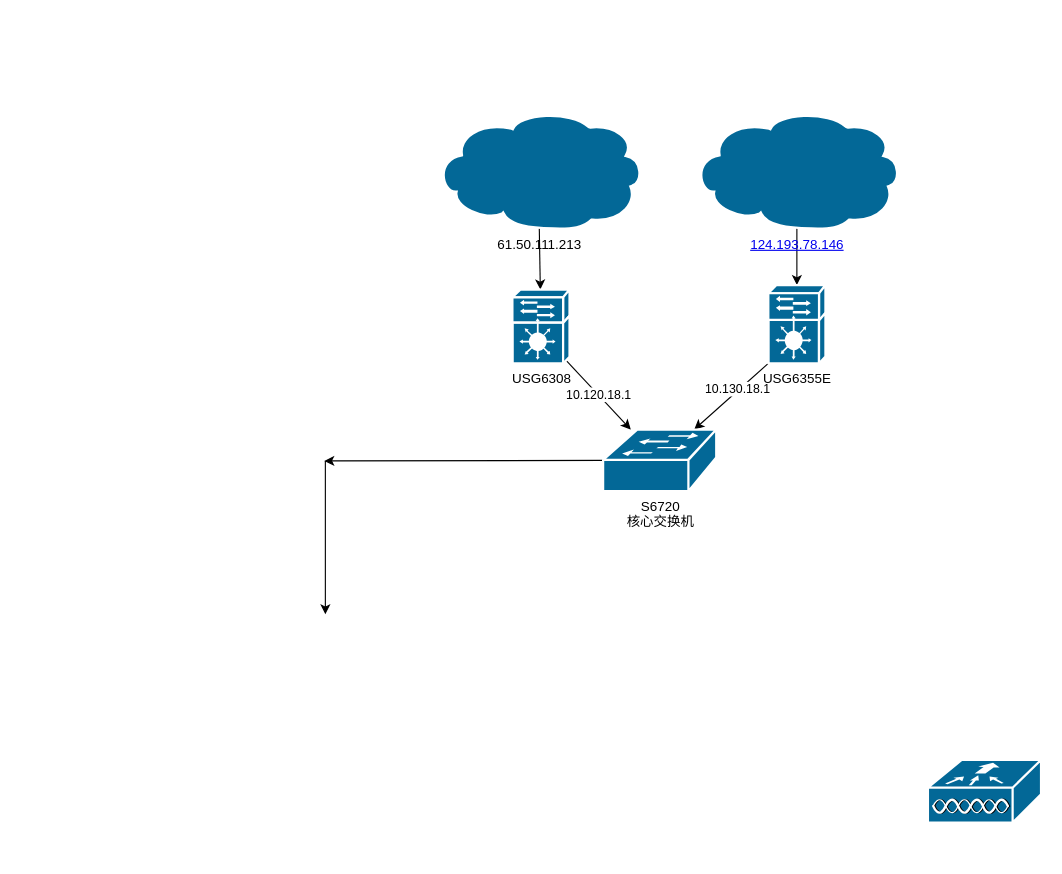
yangzhi880729/test keeps this draw.io diagram as 未命名绘图.drawio. Above is the earlier version. Source tidied: cells renumbered, new cells numbered last; positions are measured from the earlier drawing's top-left corner, leaving out a move shared by most shapes. Both pictures are drawn from the tidied source at 112%, with x=0, y=0 at pixel (324, 110).
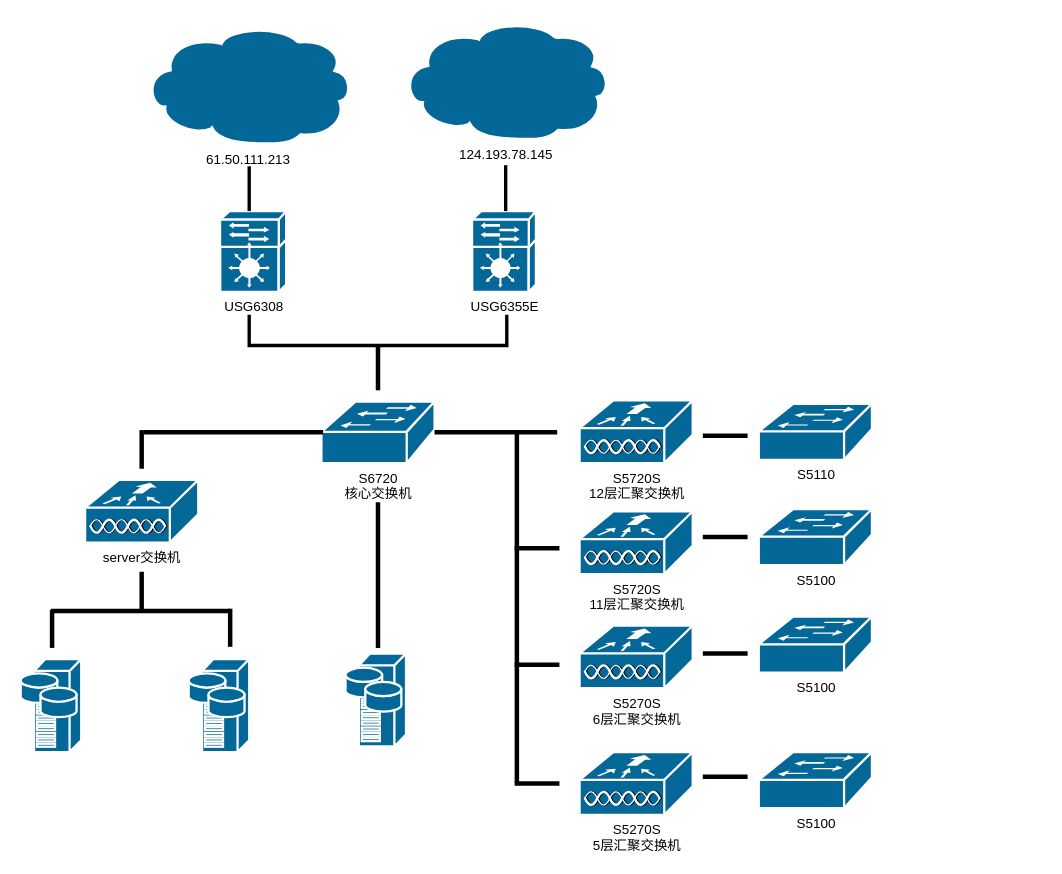
After the change.

Commit message (it also covers changes not shown here):
更新未命名绘图.drawio

The edit, as a diff of the source:
```diff
@@
-    <mxCell id="2" style="edgeStyle=none;rounded=0;jettySize=auto;html=1;exitX=0.5;exitY=0.99;exitDx=0;exitDy=0;exitPerimeter=0;" parent="1" edge="1" source="3" target="7">
-      <mxGeometry relative="1" as="geometry" />
-    </mxCell>
     <mxCell id="3" value="61.50.111.213" style="shape=mxgraph.cisco.storage.cloud;html=1;dashed=0;fillColor=#036897;strokeColor=#ffffff;strokeWidth=2;verticalLabelPosition=bottom;verticalAlign=top;align=center;outlineConnect=0;" parent="1" vertex="1">
-      <mxGeometry x="99" width="186" height="106" as="geometry" />
+      <mxGeometry x="-161" y="-76" width="186" height="106" as="geometry" />
     </mxCell>
-    <mxCell id="4" style="edgeStyle=none;rounded=0;jettySize=auto;html=1;exitX=0.5;exitY=0.99;exitDx=0;exitDy=0;exitPerimeter=0;" parent="1" edge="1" source="5" target="10">
-      <mxGeometry relative="1" as="geometry" />
-    </mxCell>
-    <mxCell id="5" value="&lt;a href=&quot;https://124.193.78.146/&quot;&gt;124.193.78.146&lt;/a&gt;" style="shape=mxgraph.cisco.storage.cloud;html=1;dashed=0;fillColor=#036897;strokeColor=#ffffff;strokeWidth=2;verticalLabelPosition=bottom;verticalAlign=top;align=center;outlineConnect=0;" parent="1" vertex="1">
-      <mxGeometry x="329" width="186" height="106" as="geometry" />
+    <mxCell id="5" value="124.193.78.145" style="shape=mxgraph.cisco.storage.cloud;html=1;dashed=0;fillColor=#036897;strokeColor=#ffffff;strokeWidth=2;verticalLabelPosition=bottom;verticalAlign=top;align=center;outlineConnect=0;" parent="1" vertex="1">
+      <mxGeometry x="69" y="-80" width="186" height="106" as="geometry" />
     </mxCell>
-    <mxCell id="6" value="10.120.18.1" style="edgeStyle=none;rounded=0;jettySize=auto;html=1;exitX=0.94;exitY=0.96;exitDx=0;exitDy=0;exitPerimeter=0;" parent="1" edge="1" source="7" target="13">
-      <mxGeometry relative="1" as="geometry" />
-    </mxCell>
     <mxCell id="7" value="USG6308&lt;br&gt;" style="shape=mxgraph.cisco.controllers_and_modules.service_module;html=1;dashed=0;fillColor=#036897;strokeColor=#ffffff;strokeWidth=2;verticalLabelPosition=bottom;verticalAlign=top;align=center;outlineConnect=0;" parent="1" vertex="1">
-      <mxGeometry x="168" y="160" width="51" height="66" as="geometry" />
+      <mxGeometry x="-93" y="90" width="59" height="72" as="geometry" />
     </mxCell>
-    <mxCell id="8" style="edgeStyle=none;rounded=0;jettySize=auto;html=1;exitX=0;exitY=1;exitDx=0;exitDy=0;exitPerimeter=0;" parent="1" edge="1" source="10" target="13">
-      <mxGeometry relative="1" as="geometry" />
-    </mxCell>
-    <mxCell id="9" value="10.130.18.1" style="edgeLabel;html=1;align=center;verticalAlign=middle;" parent="8" vertex="1">
-      <mxGeometry x="-0.2" y="-1" relative="1" as="geometry">
-        <mxPoint x="-1" as="offset" />
-      </mxGeometry>
-    </mxCell>
     <mxCell id="10" value="USG6355E" style="shape=mxgraph.cisco.controllers_and_modules.service_module;html=1;dashed=0;fillColor=#036897;strokeColor=#ffffff;strokeWidth=2;verticalLabelPosition=bottom;verticalAlign=top;align=center;outlineConnect=0;" parent="1" vertex="1">
-      <mxGeometry x="396.5" y="156" width="51" height="70" as="geometry" />
+      <mxGeometry x="132" y="90" width="57" height="72" as="geometry" />
     </mxCell>
-    <mxCell id="11" style="edgeStyle=none;rounded=0;orthogonalLoop=1;jettySize=auto;html=1;" parent="1" edge="1">
-      <mxGeometry relative="1" as="geometry">
-        <mxPoint x="1" y="313" as="sourcePoint" />
-        <mxPoint x="1" y="450" as="targetPoint" />
-      </mxGeometry>
-    </mxCell>
-    <mxCell id="12" style="edgeStyle=none;rounded=0;jettySize=auto;html=1;" parent="1" edge="1" source="13">
-      <mxGeometry relative="1" as="geometry">
-        <mxPoint y="313" as="targetPoint" />
-      </mxGeometry>
-    </mxCell>
     <mxCell id="13" value="S6720&lt;br&gt;核心交换机" style="shape=mxgraph.cisco.switches.workgroup_switch;html=1;dashed=0;fillColor=#036897;strokeColor=#ffffff;strokeWidth=2;verticalLabelPosition=bottom;verticalAlign=top;align=center;outlineConnect=0;" parent="1" vertex="1">
-      <mxGeometry x="249" y="285" width="101" height="55" as="geometry" />
+      <mxGeometry x="-2.5" y="260" width="101" height="55" as="geometry" />
     </mxCell>
-    <mxCell id="14" style="shape=mxgraph.cisco.wireless.wlan_controller;html=1;dashed=0;fillColor=#036897;strokeColor=#ffffff;strokeWidth=2;verticalLabelPosition=bottom;verticalAlign=top;align=center;" parent="1" vertex="1">
-      <mxGeometry x="539" y="580" width="101" height="56" as="geometry" />
+    <mxCell id="14" value="S5720S&lt;br&gt;12层汇聚交换机" style="shape=mxgraph.cisco.wireless.wlan_controller;html=1;dashed=0;fillColor=#036897;strokeColor=#ffffff;strokeWidth=2;verticalLabelPosition=bottom;verticalAlign=top;align=center;" parent="1" vertex="1">
+      <mxGeometry x="228" y="259" width="101" height="56" as="geometry" />
     </mxCell>
+    <mxCell id="15" style="shape=partialRectangle;whiteSpace=wrap;html=1;bottom=1;right=1;left=1;top=0;fillColor=none;routingCenterX=-0.5;strokeWidth=3;" parent="1" vertex="1">
+      <mxGeometry x="-67" y="184" width="230" height="26" as="geometry" />
+    </mxCell>
+    <mxCell id="16" style="line;strokeWidth=3;direction=south;html=1;" parent="1" vertex="1">
+      <mxGeometry x="-72" y="50" width="10" height="40" as="geometry" />
+    </mxCell>
+    <mxCell id="17" style="line;strokeWidth=3;direction=south;html=1;" parent="1" vertex="1">
+      <mxGeometry x="157" y="49" width="10" height="41" as="geometry" />
+    </mxCell>
+    <mxCell id="18" style="line;strokeWidth=4;direction=south;html=1;perimeter=backbonePerimeter;" parent="1" vertex="1">
+      <mxGeometry x="43" y="210" width="10" height="40" as="geometry" />
+    </mxCell>
+    <mxCell id="19" style="line;strokeWidth=4;html=1;perimeter=backbonePerimeter;" parent="1" vertex="1">
+      <mxGeometry x="-161" y="282.5" width="160" height="10" as="geometry" />
+    </mxCell>
+    <mxCell id="20" style="line;strokeWidth=4;direction=south;html=1;perimeter=backbonePerimeter;" parent="1" vertex="1">
+      <mxGeometry x="-168" y="285.5" width="10" height="34.5" as="geometry" />
+    </mxCell>
+    <mxCell id="21" style="line;strokeWidth=4;html=1;perimeter=backbonePerimeter;" parent="1" vertex="1">
+      <mxGeometry x="-244" y="442" width="160" height="10" as="geometry" />
+    </mxCell>
+    <mxCell id="22" style="line;strokeWidth=4;direction=south;html=1;perimeter=backbonePerimeter;" parent="1" vertex="1">
+      <mxGeometry x="-168" y="412" width="10" height="36" as="geometry" />
+    </mxCell>
+    <mxCell id="23" value="server交换机" style="shape=mxgraph.cisco.wireless.wlan_controller;html=1;dashed=0;fillColor=#036897;strokeColor=#ffffff;strokeWidth=2;verticalLabelPosition=bottom;verticalAlign=top;align=center;" parent="1" vertex="1">
+      <mxGeometry x="-213.5" y="330" width="101" height="56" as="geometry" />
+    </mxCell>
+    <mxCell id="24" value="S5720S&lt;br&gt;11层汇聚交换机" style="shape=mxgraph.cisco.wireless.wlan_controller;html=1;dashed=0;fillColor=#036897;strokeColor=#ffffff;strokeWidth=2;verticalLabelPosition=bottom;verticalAlign=top;align=center;" parent="1" vertex="1">
+      <mxGeometry x="228" y="358" width="101" height="56" as="geometry" />
+    </mxCell>
+    <mxCell id="25" style="shape=mxgraph.cisco.servers.storage_server;html=1;dashed=0;fillColor=#036897;strokeColor=#ffffff;strokeWidth=2;verticalLabelPosition=bottom;verticalAlign=top;align=center;" parent="1" vertex="1">
+      <mxGeometry x="-271" y="490" width="54" height="83" as="geometry" />
+    </mxCell>
+    <mxCell id="26" style="shape=mxgraph.cisco.servers.storage_server;html=1;dashed=0;fillColor=#036897;strokeColor=#ffffff;strokeWidth=2;verticalLabelPosition=bottom;verticalAlign=top;align=center;" parent="1" vertex="1">
+      <mxGeometry x="-121" y="490" width="54" height="83" as="geometry" />
+    </mxCell>
+    <mxCell id="27" style="line;strokeWidth=4;direction=south;html=1;perimeter=backbonePerimeter;" parent="1" vertex="1">
+      <mxGeometry x="-248" y="446" width="10" height="34" as="geometry" />
+    </mxCell>
+    <mxCell id="28" style="line;strokeWidth=4;direction=south;html=1;perimeter=backbonePerimeter;" parent="1" vertex="1">
+      <mxGeometry x="-89" y="445" width="10" height="34" as="geometry" />
+    </mxCell>
+    <mxCell id="29" style="shape=mxgraph.cisco.servers.storage_server;html=1;dashed=0;fillColor=#036897;strokeColor=#ffffff;strokeWidth=2;verticalLabelPosition=bottom;verticalAlign=top;align=center;" parent="1" vertex="1">
+      <mxGeometry x="19" y="485" width="54" height="83" as="geometry" />
+    </mxCell>
+    <mxCell id="30" style="line;strokeWidth=4;direction=south;html=1;perimeter=backbonePerimeter;" parent="1" vertex="1">
+      <mxGeometry x="43" y="350" width="10" height="130" as="geometry" />
+    </mxCell>
+    <mxCell id="31" value="S5270S&lt;br&gt;6层汇聚交换机" style="shape=mxgraph.cisco.wireless.wlan_controller;html=1;dashed=0;fillColor=#036897;strokeColor=#ffffff;strokeWidth=2;verticalLabelPosition=bottom;verticalAlign=top;align=center;" parent="1" vertex="1">
+      <mxGeometry x="228" y="460" width="101" height="56" as="geometry" />
+    </mxCell>
+    <mxCell id="32" value="S5270S&lt;br&gt;5层汇聚交换机" style="shape=mxgraph.cisco.wireless.wlan_controller;html=1;dashed=0;fillColor=#036897;strokeColor=#ffffff;strokeWidth=2;verticalLabelPosition=bottom;verticalAlign=top;align=center;" parent="1" vertex="1">
+      <mxGeometry x="228" y="573" width="101" height="56" as="geometry" />
+    </mxCell>
+    <mxCell id="33" style="line;strokeWidth=4;html=1;perimeter=backbonePerimeter;" parent="1" vertex="1">
+      <mxGeometry x="98.5" y="272.5" width="109.5" height="30" as="geometry" />
+    </mxCell>
+    <mxCell id="34" style="line;strokeWidth=4;direction=south;html=1;perimeter=backbonePerimeter;" parent="1" vertex="1">
+      <mxGeometry x="167" y="288" width="10" height="312" as="geometry" />
+    </mxCell>
+    <mxCell id="35" style="line;strokeWidth=4;html=1;perimeter=backbonePerimeter;" parent="1" vertex="1">
+      <mxGeometry x="170" y="386" width="40" height="10" as="geometry" />
+    </mxCell>
+    <mxCell id="36" style="line;strokeWidth=4;html=1;perimeter=backbonePerimeter;" parent="1" vertex="1">
+      <mxGeometry x="170" y="490" width="40" height="10" as="geometry" />
+    </mxCell>
+    <mxCell id="37" style="line;strokeWidth=4;html=1;perimeter=backbonePerimeter;" parent="1" vertex="1">
+      <mxGeometry x="170" y="596" width="40" height="10" as="geometry" />
+    </mxCell>
+    <mxCell id="38" style="line;strokeWidth=4;html=1;perimeter=backbonePerimeter;" parent="1" vertex="1">
+      <mxGeometry x="338" y="285.5" width="40" height="10" as="geometry" />
+    </mxCell>
+    <mxCell id="39" style="line;strokeWidth=4;html=1;perimeter=backbonePerimeter;" parent="1" vertex="1">
+      <mxGeometry x="338" y="376" width="40" height="10" as="geometry" />
+    </mxCell>
+    <mxCell id="40" style="line;strokeWidth=4;html=1;perimeter=backbonePerimeter;" parent="1" vertex="1">
+      <mxGeometry x="338" y="480" width="40" height="10" as="geometry" />
+    </mxCell>
+    <mxCell id="41" style="line;strokeWidth=4;html=1;perimeter=backbonePerimeter;" parent="1" vertex="1">
+      <mxGeometry x="338" y="590" width="40" height="10" as="geometry" />
+    </mxCell>
+    <mxCell id="42" value="S5110" style="shape=mxgraph.cisco.switches.workgroup_switch;html=1;dashed=0;fillColor=#036897;strokeColor=#ffffff;strokeWidth=2;verticalLabelPosition=bottom;verticalAlign=top;align=center;" parent="1" vertex="1">
+      <mxGeometry x="388" y="262" width="101" height="50" as="geometry" />
+    </mxCell>
+    <mxCell id="43" value="S5100" style="shape=mxgraph.cisco.switches.workgroup_switch;html=1;dashed=0;fillColor=#036897;strokeColor=#ffffff;strokeWidth=2;verticalLabelPosition=bottom;verticalAlign=top;align=center;" parent="1" vertex="1">
+      <mxGeometry x="388" y="356" width="101" height="50" as="geometry" />
+    </mxCell>
+    <mxCell id="44" value="S5100" style="shape=mxgraph.cisco.switches.workgroup_switch;html=1;dashed=0;fillColor=#036897;strokeColor=#ffffff;strokeWidth=2;verticalLabelPosition=bottom;verticalAlign=top;align=center;" parent="1" vertex="1">
+      <mxGeometry x="388" y="452" width="101" height="50" as="geometry" />
+    </mxCell>
+    <mxCell id="45" value="S5100" style="shape=mxgraph.cisco.switches.workgroup_switch;html=1;dashed=0;fillColor=#036897;strokeColor=#ffffff;strokeWidth=2;verticalLabelPosition=bottom;verticalAlign=top;align=center;" parent="1" vertex="1">
+      <mxGeometry x="388" y="573" width="101" height="50" as="geometry" />
+    </mxCell>
```
